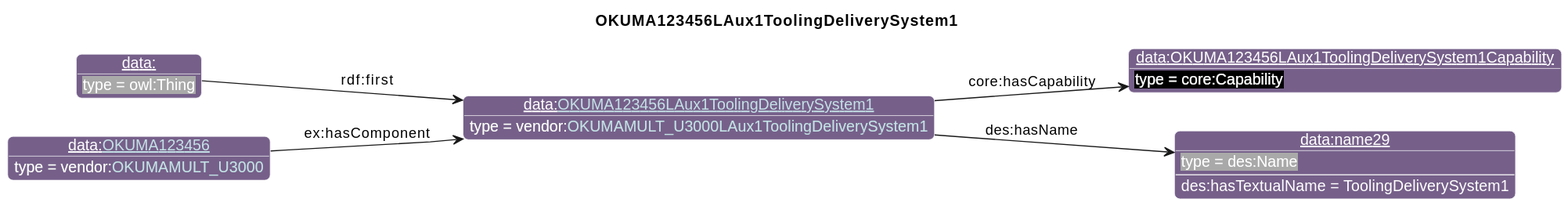
Above: diagrams/OKUMA123456LAux1ToolingDeliverySystem1.svg in iofoundry/example-syseng-mtconnect (PlantUML), before the change.
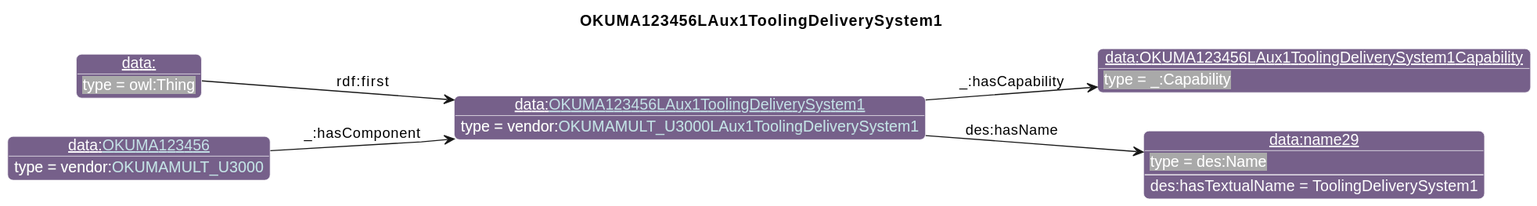
After the change.

What changed in the source:
```diff
@@ -26,13 +26,13 @@
                       "qp":"641B2E"
       }
 individual(o0, data:[[./OKUMA123456LAux1ToolingDeliverySystem1.html OKUMA123456LAux1ToolingDeliverySystem1]], vendor:[[../OKUMA.html#OKUMAMULT_U3000LAux1ToolingDeliverySystem1 OKUMAMULT_U3000LAux1ToolingDeliverySystem1]])
-individual(o1, data:OKUMA123456LAux1ToolingDeliverySystem1Capability, core:Capability)
+individual(o1, data:OKUMA123456LAux1ToolingDeliverySystem1Capability, _:Capability)
 individual(o2, data:name29, des:Name)
 individual(o3, data:, owl:Thing)
 individual(o4, data:[[./OKUMA123456.html OKUMA123456]], vendor:[[../OKUMA.html#OKUMAMULT_U3000 OKUMAMULT_U3000]])
-property(o0, "core:hasCapability", o1)
+property(o0, "_:hasCapability", o1)
 property(o0, "des:hasName", o2)
 data(o2, "des:hasTextualName", "ToolingDeliverySystem1")
 property(o3, "rdf:first", o0)
-property(o4, "ex:hasComponent", o0)
+property(o4, "_:hasComponent", o0)
 @enduml
```
